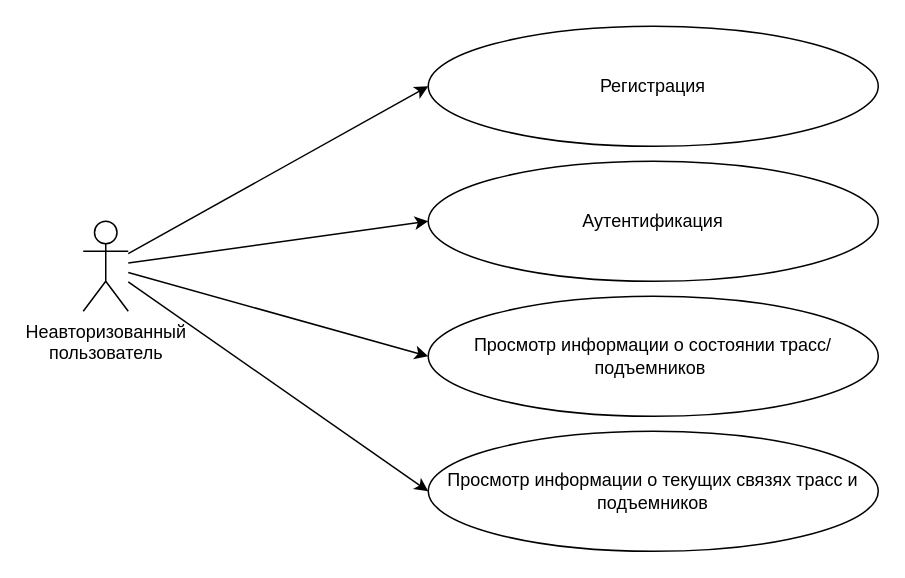
The draw.io diagram page "unauthorized" (1 of 4) of docs/imgs/use_case/use-case.drawio in alena-zayts/BMSTU_7sem_web, before the edit. Source tidied: cells renumbered, new cells numbered last; positions are measured from the earlier drawing's top-left corner, leaving out a move shared by most shapes. Both pictures are drawn from the tidied source at 150%, with x=0, y=0 at pixel (82, 26).
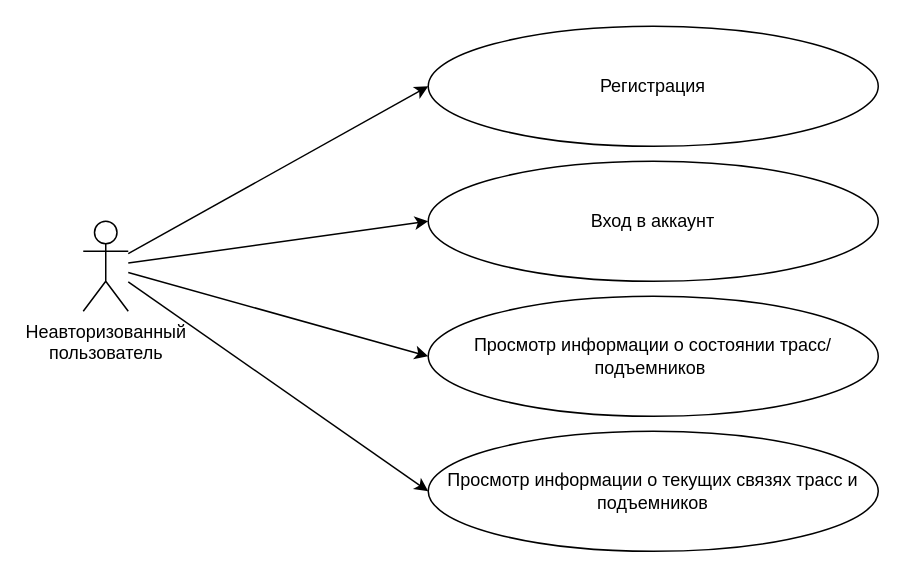
Above is the later version.

Change to the diagram source:
```diff
@@
 <mxGraphModel>
   <root>
     <mxCell id="0" />
     <mxCell id="1" parent="0" />
     <mxCell id="2" style="rounded=0;jettySize=auto;html=1;entryX=0;entryY=0.5;entryDx=0;entryDy=0;" parent="1" edge="1" source="6" target="9">
       <mxGeometry relative="1" as="geometry" />
     </mxCell>
     <mxCell id="3" style="edgeStyle=none;rounded=0;jettySize=auto;html=1;entryX=0;entryY=0.5;entryDx=0;entryDy=0;" parent="1" edge="1" source="6" target="7">
       <mxGeometry relative="1" as="geometry" />
     </mxCell>
     <mxCell id="4" style="edgeStyle=none;rounded=0;jettySize=auto;html=1;entryX=0;entryY=0.5;entryDx=0;entryDy=0;" parent="1" edge="1" source="6" target="8">
       <mxGeometry relative="1" as="geometry" />
     </mxCell>
     <mxCell id="5" style="edgeStyle=none;rounded=0;jettySize=auto;html=1;entryX=0;entryY=0.5;entryDx=0;entryDy=0;" parent="1" edge="1" source="6" target="10">
       <mxGeometry relative="1" as="geometry" />
     </mxCell>
     <mxCell id="6" value="Неавторизованный &lt;br&gt;пользователь" style="shape=umlActor;verticalLabelPosition=bottom;verticalAlign=top;html=1;outlineConnect=0;" parent="1" vertex="1">
       <mxGeometry y="130" width="30" height="60" as="geometry" />
     </mxCell>
-    <mxCell id="7" value="Аутентификация" style="ellipse;whiteSpace=wrap;html=1;" parent="1" vertex="1">
+    <mxCell id="7" value="Вход в аккаунт" style="ellipse;whiteSpace=wrap;html=1;" parent="1" vertex="1">
       <mxGeometry x="230" y="90" width="300" height="80" as="geometry" />
     </mxCell>
     <mxCell id="8" value="Просмотр информации о состоянии трасс/подъемников&amp;nbsp;" style="ellipse;whiteSpace=wrap;html=1;" parent="1" vertex="1">
       <mxGeometry x="230" y="180" width="300" height="80" as="geometry" />
     </mxCell>
     <mxCell id="9" value="Регистрация" style="ellipse;whiteSpace=wrap;html=1;" parent="1" vertex="1">
       <mxGeometry x="230" width="300" height="80" as="geometry" />
     </mxCell>
     <mxCell id="10" value="Просмотр информации о текущих связях трасс и подъемников" style="ellipse;whiteSpace=wrap;html=1;" parent="1" vertex="1">
       <mxGeometry x="230" y="270" width="300" height="80" as="geometry" />
     </mxCell>
   </root>
 </mxGraphModel>
```
